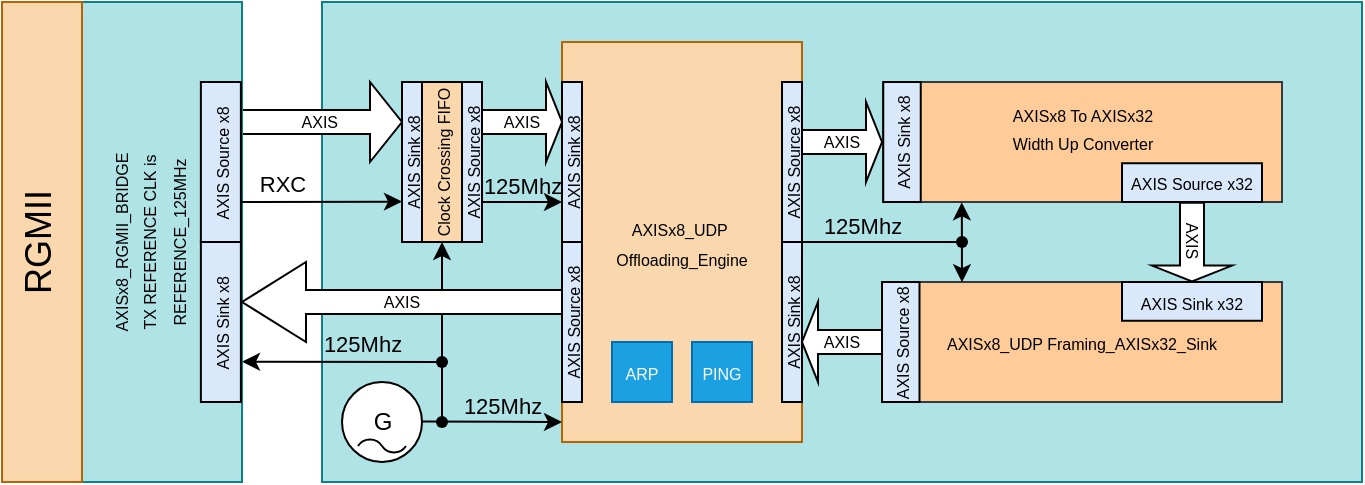
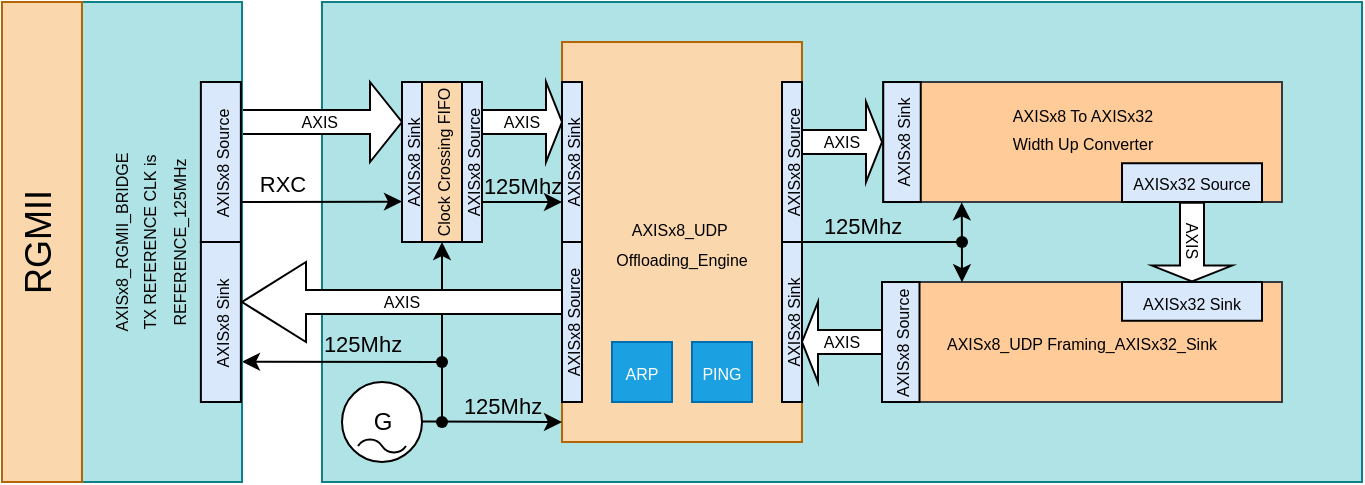
<mxfile host="Electron" agent="Mozilla/5.0 (Windows NT 10.0; Win64; x64) AppleWebKit/537.36 (KHTML, like Gecko) Chrome/147.0.0.0 Safari/537.36 OPR/131.0.0.0">
  <diagram name="Page-1" id="g0-s9DwC3oRhXUgsUFM5">
-     <mxGraphModel dx="822" dy="480" grid="1" gridSize="10" guides="1" tooltips="1" connect="1" arrows="1" fold="1" page="1" pageScale="1" pageWidth="827" pageHeight="1169" math="0" shadow="0">
+     <mxGraphModel dx="1417" dy="828" grid="1" gridSize="10" guides="1" tooltips="1" connect="1" arrows="1" fold="1" page="1" pageScale="1" pageWidth="827" pageHeight="1169" math="0" shadow="0">
      <root>
        <mxCell id="0" />
        <mxCell id="1" parent="0" />
        <mxCell id="wT9U8shtDK8veMdne7O4-1" parent="1" style="rounded=0;whiteSpace=wrap;html=1;fillColor=#b0e3e6;strokeColor=#0e8088;" value="" vertex="1">
          <mxGeometry height="240" width="520" x="240" y="880" as="geometry" />
        </mxCell>
        <mxCell id="l-Vy5mzzBIYiazb95XEs-39" parent="1" style="shape=singleArrow;whiteSpace=wrap;html=1;fontSize=8;" value="AXIS&amp;nbsp;" vertex="1">
          <mxGeometry height="40" width="80" x="200" y="920" as="geometry" />
        </mxCell>
        <mxCell id="l-Vy5mzzBIYiazb95XEs-41" edge="1" parent="1" style="endArrow=classic;html=1;rounded=0;labelPosition=center;verticalLabelPosition=middle;align=center;verticalAlign=middle;" value="">
          <mxGeometry height="50" relative="1" width="50" as="geometry">
            <mxPoint x="300" y="1060" as="sourcePoint" />
            <mxPoint x="200" y="1059.85" as="targetPoint" />
          </mxGeometry>
        </mxCell>
        <mxCell id="l-Vy5mzzBIYiazb95XEs-42" parent="1" style="rounded=0;whiteSpace=wrap;html=1;fillColor=#b0e3e6;strokeColor=#0e8088;rotation=-90;" value="&lt;span style=&quot;font-size: 8px;&quot;&gt;AXISx8_RGMII_BRIDGE&lt;/span&gt;&lt;div&gt;&lt;span style=&quot;font-size: 8px;&quot;&gt;TX REFERENCE CLK is&lt;/span&gt;&lt;/div&gt;&lt;div&gt;&lt;span style=&quot;background-color: transparent; font-size: 8px;&quot;&gt;REFERENCE_125MHz&lt;/span&gt;&lt;/div&gt;&lt;div&gt;&lt;span style=&quot;background-color: transparent; font-size: 8px;&quot;&gt;&lt;br&gt;&lt;/span&gt;&lt;/div&gt;" vertex="1">
          <mxGeometry height="80" width="240" x="40" y="960" as="geometry" />
        </mxCell>
        <mxCell id="l-Vy5mzzBIYiazb95XEs-43" parent="1" style="rounded=0;whiteSpace=wrap;html=1;fillColor=#fad7ac;strokeColor=#b46504;" value="&lt;span style=&quot;font-size: 8px;&quot;&gt;AXISx8_UDP&amp;nbsp;&lt;/span&gt;&lt;div&gt;&lt;span style=&quot;font-size: 8px;&quot;&gt;Offloading_Engine&lt;/span&gt;&lt;/div&gt;" vertex="1">
          <mxGeometry height="200" width="120" x="360" y="900" as="geometry" />
        </mxCell>
        <mxCell id="l-Vy5mzzBIYiazb95XEs-44" parent="1" style="rounded=0;whiteSpace=wrap;html=1;fillColor=#ffcc99;strokeColor=#36393d;" value="&lt;span style=&quot;font-size: 8px;&quot;&gt;AXISx8_UDP Framing_AXISx32_Sink&lt;/span&gt;" vertex="1">
          <mxGeometry height="60" width="200" x="520" y="1020" as="geometry" />
        </mxCell>
        <mxCell id="l-Vy5mzzBIYiazb95XEs-45" parent="1" style="shape=singleArrow;whiteSpace=wrap;html=1;fontSize=8;" value="AXIS" vertex="1">
          <mxGeometry height="40" width="40" x="480" y="930" as="geometry" />
        </mxCell>
        <mxCell id="l-Vy5mzzBIYiazb95XEs-46" parent="1" style="shape=singleArrow;direction=west;whiteSpace=wrap;html=1;fontSize=8;" value="AXIS" vertex="1">
          <mxGeometry height="40" width="40" x="480" y="1030" as="geometry" />
        </mxCell>
        <mxCell id="l-Vy5mzzBIYiazb95XEs-51" parent="1" style="rounded=0;whiteSpace=wrap;html=1;textDirection=vertical-rl;rotation=-180;fillColor=#fad7ac;strokeColor=#b46504;fontSize=18;" value="RGMII" vertex="1">
          <mxGeometry height="240" width="40" x="80" y="880" as="geometry" />
        </mxCell>
        <mxCell id="l-Vy5mzzBIYiazb95XEs-52" edge="1" parent="1" style="endArrow=classic;html=1;rounded=0;exitX=1;exitY=0.4;exitDx=0;exitDy=0;exitPerimeter=0;labelPosition=center;verticalLabelPosition=top;align=center;verticalAlign=bottom;" value="">
          <mxGeometry height="50" relative="1" width="50" as="geometry">
            <Array as="points" />
            <mxPoint x="200" y="979.97" as="sourcePoint" />
            <mxPoint x="280" y="979.8" as="targetPoint" />
          </mxGeometry>
        </mxCell>
        <mxCell id="l-Vy5mzzBIYiazb95XEs-53" connectable="0" parent="l-Vy5mzzBIYiazb95XEs-52" style="edgeLabel;html=1;align=center;verticalAlign=bottom;resizable=0;points=[];labelBackgroundColor=none;labelBorderColor=none;labelPosition=center;verticalLabelPosition=top;" value="RXC" vertex="1">
          <mxGeometry relative="1" x="-0.695" y="-1" as="geometry">
            <mxPoint x="8" y="-1" as="offset" />
          </mxGeometry>
        </mxCell>
        <mxCell id="l-Vy5mzzBIYiazb95XEs-54" parent="1" style="rounded=0;whiteSpace=wrap;html=1;fillColor=#fad7ac;strokeColor=#000000;rotation=-90;" value="&lt;span style=&quot;font-size: 8px;&quot;&gt;Clock Crossing &lt;/span&gt;&lt;span style=&quot;color: light-dark(rgb(0, 0, 0), rgb(255, 255, 255)); background-color: transparent; font-size: 8px;&quot;&gt;FIFO&lt;/span&gt;" vertex="1">
          <mxGeometry height="20" width="80" x="260" y="950" as="geometry" />
        </mxCell>
-         <mxCell id="l-Vy5mzzBIYiazb95XEs-55" parent="1" style="rounded=0;whiteSpace=wrap;html=1;fillColor=#dae8fc;strokeColor=#000000;rotation=-90;" value="&lt;span style=&quot;font-size: 8px;&quot;&gt;AXIS Sink&amp;nbsp;&lt;/span&gt;&lt;span style=&quot;font-size: 8px;&quot;&gt;x8&lt;/span&gt;" vertex="1">
+         <mxCell id="l-Vy5mzzBIYiazb95XEs-55" parent="1" style="rounded=0;whiteSpace=wrap;html=1;fillColor=#dae8fc;strokeColor=#000000;rotation=-90;" value="&lt;span style=&quot;font-size: 8px;&quot;&gt;AXISx8&lt;/span&gt;&lt;span style=&quot;font-size: 8px;&quot;&gt; Sink&lt;/span&gt;" vertex="1">
          <mxGeometry height="10" width="80" x="245" y="955" as="geometry" />
        </mxCell>
-         <mxCell id="l-Vy5mzzBIYiazb95XEs-56" parent="1" style="rounded=0;whiteSpace=wrap;html=1;fillColor=#dae8fc;strokeColor=#000000;rotation=-90;" value="&lt;span style=&quot;font-size: 8px;&quot;&gt;AXIS Source x8&lt;/span&gt;" vertex="1">
+         <mxCell id="l-Vy5mzzBIYiazb95XEs-56" parent="1" style="rounded=0;whiteSpace=wrap;html=1;fillColor=#dae8fc;strokeColor=#000000;rotation=-90;" value="&lt;span style=&quot;font-size: 8px;&quot;&gt;AXISx8 Source&lt;/span&gt;" vertex="1">
          <mxGeometry height="10" width="80" x="275" y="955" as="geometry" />
        </mxCell>
        <mxCell id="l-Vy5mzzBIYiazb95XEs-57" parent="1" style="shape=singleArrow;whiteSpace=wrap;html=1;fontSize=8;" value="AXIS" vertex="1">
          <mxGeometry height="40" width="40" x="320" y="920" as="geometry" />
        </mxCell>
        <mxCell id="l-Vy5mzzBIYiazb95XEs-58" edge="1" parent="1" style="endArrow=classic;html=1;rounded=0;exitX=1;exitY=0.4;exitDx=0;exitDy=0;exitPerimeter=0;labelPosition=center;verticalLabelPosition=top;align=center;verticalAlign=bottom;" value="">
          <mxGeometry height="50" relative="1" width="50" as="geometry">
            <Array as="points" />
            <mxPoint x="320" y="979.97" as="sourcePoint" />
            <mxPoint x="360" y="980" as="targetPoint" />
          </mxGeometry>
        </mxCell>
        <mxCell id="l-Vy5mzzBIYiazb95XEs-59" connectable="0" parent="1" style="edgeLabel;html=1;align=center;verticalAlign=bottom;resizable=0;points=[];labelBackgroundColor=none;labelBorderColor=none;labelPosition=center;verticalLabelPosition=top;fillColor=none;" value="&lt;span&gt;125Mhz&lt;/span&gt;" vertex="1">
          <mxGeometry x="340" y="980" as="geometry" />
        </mxCell>
        <mxCell id="l-Vy5mzzBIYiazb95XEs-60" connectable="0" parent="1" style="edgeLabel;html=1;align=center;verticalAlign=bottom;resizable=0;points=[];labelBackgroundColor=none;labelBorderColor=none;labelPosition=center;verticalLabelPosition=top;fillColor=none;" value="&lt;span&gt;125Mhz&lt;/span&gt;" vertex="1">
          <mxGeometry x="260" y="1059.85" as="geometry" />
        </mxCell>
        <mxCell id="l-Vy5mzzBIYiazb95XEs-61" parent="1" style="dashed=0;outlineConnect=0;align=center;html=1;shape=mxgraph.pid.engines.generator_(ac);fontSize=12;" value="G" vertex="1">
          <mxGeometry height="40" width="40" x="250" y="1070" as="geometry" />
        </mxCell>
-         <mxCell id="l-Vy5mzzBIYiazb95XEs-62" parent="1" style="rounded=0;whiteSpace=wrap;html=1;fillColor=#dae8fc;strokeColor=#000000;rotation=-90;" value="&lt;span style=&quot;font-size: 8px;&quot;&gt;AXIS Sink&amp;nbsp;&lt;/span&gt;&lt;span style=&quot;font-size: 8px;&quot;&gt;x8&lt;/span&gt;" vertex="1">
+         <mxCell id="l-Vy5mzzBIYiazb95XEs-62" parent="1" style="rounded=0;whiteSpace=wrap;html=1;fillColor=#dae8fc;strokeColor=#000000;rotation=-90;" value="&lt;span style=&quot;font-size: 8px;&quot;&gt;AXISx8&lt;/span&gt;&lt;span style=&quot;font-size: 8px;&quot;&gt;&amp;nbsp;Sink&lt;/span&gt;" vertex="1">
          <mxGeometry height="20" width="80" x="149.44" y="1030" as="geometry" />
        </mxCell>
-         <mxCell id="l-Vy5mzzBIYiazb95XEs-63" parent="1" style="rounded=0;whiteSpace=wrap;html=1;fillColor=#dae8fc;strokeColor=#000000;rotation=-90;" value="&lt;span style=&quot;font-size: 8px;&quot;&gt;AXIS Source x8&lt;/span&gt;" vertex="1">
+         <mxCell id="l-Vy5mzzBIYiazb95XEs-63" parent="1" style="rounded=0;whiteSpace=wrap;html=1;fillColor=#dae8fc;strokeColor=#000000;rotation=-90;" value="&lt;span style=&quot;font-size: 8px;&quot;&gt;AXISx8 Source&lt;/span&gt;" vertex="1">
          <mxGeometry height="20" width="80" x="149.44" y="950" as="geometry" />
        </mxCell>
-         <mxCell id="l-Vy5mzzBIYiazb95XEs-64" parent="1" style="rounded=0;whiteSpace=wrap;html=1;fillColor=#dae8fc;strokeColor=#000000;rotation=-90;" value="&lt;span style=&quot;font-size: 8px;&quot;&gt;AXIS Sink&amp;nbsp;&lt;/span&gt;&lt;span style=&quot;font-size: 8px;&quot;&gt;x8&lt;/span&gt;" vertex="1">
+         <mxCell id="l-Vy5mzzBIYiazb95XEs-64" parent="1" style="rounded=0;whiteSpace=wrap;html=1;fillColor=#dae8fc;strokeColor=#000000;rotation=-90;" value="&lt;span style=&quot;font-size: 8px;&quot;&gt;AXISx8&lt;/span&gt;&lt;span style=&quot;font-size: 8px;&quot;&gt; Sink&lt;/span&gt;" vertex="1">
          <mxGeometry height="10" width="80" x="325" y="955" as="geometry" />
        </mxCell>
-         <mxCell id="l-Vy5mzzBIYiazb95XEs-65" parent="1" style="rounded=0;whiteSpace=wrap;html=1;fillColor=#dae8fc;strokeColor=#000000;rotation=-90;" value="&lt;span style=&quot;font-size: 8px;&quot;&gt;AXIS Source&amp;nbsp;&lt;/span&gt;&lt;span style=&quot;font-size: 8px;&quot;&gt;x8&lt;/span&gt;" vertex="1">
+         <mxCell id="l-Vy5mzzBIYiazb95XEs-65" parent="1" style="rounded=0;whiteSpace=wrap;html=1;fillColor=#dae8fc;strokeColor=#000000;rotation=-90;" value="&lt;span style=&quot;font-size: 8px;&quot;&gt;AXISx8 Source&lt;/span&gt;" vertex="1">
          <mxGeometry height="10" width="80" x="325" y="1035" as="geometry" />
        </mxCell>
-         <mxCell id="l-Vy5mzzBIYiazb95XEs-66" parent="1" style="rounded=0;whiteSpace=wrap;html=1;fillColor=#dae8fc;strokeColor=#000000;rotation=-90;" value="&lt;span style=&quot;font-size: 8px;&quot;&gt;AXIS Source&amp;nbsp;&lt;/span&gt;&lt;span style=&quot;font-size: 8px;&quot;&gt;x8&lt;/span&gt;" vertex="1">
+         <mxCell id="l-Vy5mzzBIYiazb95XEs-66" parent="1" style="rounded=0;whiteSpace=wrap;html=1;fillColor=#dae8fc;strokeColor=#000000;rotation=-90;" value="&lt;span style=&quot;font-size: 8px;&quot;&gt;AXISx8 Source&lt;/span&gt;" vertex="1">
          <mxGeometry height="10" width="80" x="435" y="955" as="geometry" />
        </mxCell>
-         <mxCell id="l-Vy5mzzBIYiazb95XEs-67" parent="1" style="rounded=0;whiteSpace=wrap;html=1;fillColor=#dae8fc;strokeColor=#000000;rotation=-90;" value="&lt;span style=&quot;font-size: 8px;&quot;&gt;AXIS Sink&amp;nbsp;&lt;/span&gt;&lt;span style=&quot;font-size: 8px;&quot;&gt;x8&lt;/span&gt;" vertex="1">
+         <mxCell id="l-Vy5mzzBIYiazb95XEs-67" parent="1" style="rounded=0;whiteSpace=wrap;html=1;fillColor=#dae8fc;strokeColor=#000000;rotation=-90;" value="&lt;span style=&quot;font-size: 8px;&quot;&gt;AXISx8&lt;/span&gt;&lt;span style=&quot;font-size: 8px;&quot;&gt; Sink&lt;/span&gt;" vertex="1">
          <mxGeometry height="10" width="80" x="435" y="1035" as="geometry" />
        </mxCell>
        <mxCell id="l-Vy5mzzBIYiazb95XEs-68" connectable="0" parent="1" style="edgeLabel;html=1;align=center;verticalAlign=bottom;resizable=0;points=[];labelBackgroundColor=none;labelBorderColor=none;labelPosition=center;verticalLabelPosition=top;fillColor=none;" value="&lt;span&gt;125Mhz&lt;/span&gt;" vertex="1">
          <mxGeometry x="510" y="1000" as="geometry" />
        </mxCell>
        <mxCell id="l-Vy5mzzBIYiazb95XEs-69" edge="1" parent="1" style="endArrow=classic;html=1;rounded=0;exitX=1;exitY=0.4;exitDx=0;exitDy=0;exitPerimeter=0;" value="">
          <mxGeometry height="50" relative="1" width="50" as="geometry">
            <Array as="points" />
            <mxPoint x="290" y="1089.8" as="sourcePoint" />
            <mxPoint x="360" y="1090" as="targetPoint" />
          </mxGeometry>
        </mxCell>
        <mxCell id="l-Vy5mzzBIYiazb95XEs-70" connectable="0" parent="1" style="edgeLabel;html=1;align=center;verticalAlign=bottom;resizable=0;points=[];labelBackgroundColor=none;labelBorderColor=none;labelPosition=center;verticalLabelPosition=top;fillColor=none;" value="&lt;span&gt;125Mhz&lt;/span&gt;" vertex="1">
          <mxGeometry x="330" y="1090" as="geometry" />
        </mxCell>
        <mxCell id="l-Vy5mzzBIYiazb95XEs-71" edge="1" parent="1" source="l-Vy5mzzBIYiazb95XEs-76" style="endArrow=none;html=1;rounded=0;" value="">
          <mxGeometry height="50" relative="1" width="50" as="geometry">
            <mxPoint x="300" y="1090" as="sourcePoint" />
            <mxPoint x="300" y="1060" as="targetPoint" />
          </mxGeometry>
        </mxCell>
        <mxCell id="l-Vy5mzzBIYiazb95XEs-72" edge="1" parent="1" style="endArrow=none;html=1;rounded=0;" target="l-Vy5mzzBIYiazb95XEs-73" value="">
          <mxGeometry height="50" relative="1" width="50" as="geometry">
            <mxPoint x="300" y="1090" as="sourcePoint" />
            <mxPoint x="300" y="1060" as="targetPoint" />
          </mxGeometry>
        </mxCell>
        <mxCell id="l-Vy5mzzBIYiazb95XEs-73" parent="1" style="shape=waypoint;sketch=0;fillStyle=solid;size=6;pointerEvents=1;points=[];fillColor=none;resizable=0;rotatable=0;perimeter=centerPerimeter;snapToPoint=1;" value="" vertex="1">
          <mxGeometry height="20" width="20" x="290" y="1080" as="geometry" />
        </mxCell>
        <mxCell id="l-Vy5mzzBIYiazb95XEs-74" edge="1" parent="1" style="endArrow=classic;html=1;rounded=0;entryX=0;entryY=0.5;entryDx=0;entryDy=0;" target="l-Vy5mzzBIYiazb95XEs-54" value="">
          <mxGeometry height="50" relative="1" width="50" as="geometry">
            <Array as="points" />
            <mxPoint x="300" y="1060" as="sourcePoint" />
            <mxPoint x="380" y="1060.05" as="targetPoint" />
          </mxGeometry>
        </mxCell>
        <mxCell id="l-Vy5mzzBIYiazb95XEs-75" edge="1" parent="1" source="l-Vy5mzzBIYiazb95XEs-73" style="endArrow=none;html=1;rounded=0;" target="l-Vy5mzzBIYiazb95XEs-76" value="">
          <mxGeometry height="50" relative="1" width="50" as="geometry">
            <mxPoint x="300" y="1090" as="sourcePoint" />
            <mxPoint x="300" y="1060" as="targetPoint" />
          </mxGeometry>
        </mxCell>
        <mxCell id="l-Vy5mzzBIYiazb95XEs-76" parent="1" style="shape=waypoint;sketch=0;fillStyle=solid;size=6;pointerEvents=1;points=[];fillColor=none;resizable=0;rotatable=0;perimeter=centerPerimeter;snapToPoint=1;" value="" vertex="1">
          <mxGeometry height="20" width="20" x="290" y="1050" as="geometry" />
        </mxCell>
        <mxCell id="l-Vy5mzzBIYiazb95XEs-77" parent="1" style="shape=singleArrow;direction=west;whiteSpace=wrap;html=1;fontSize=8;" value="AXIS" vertex="1">
          <mxGeometry height="40" width="160" x="200" y="1010" as="geometry" />
        </mxCell>
-         <mxCell id="l-Vy5mzzBIYiazb95XEs-78" parent="1" style="rounded=0;whiteSpace=wrap;html=1;fillColor=#dae8fc;strokeColor=#000000;rotation=-90;fontSize=12;" value="&lt;font style=&quot;font-size: 8px;&quot;&gt;AXIS Source x8&lt;/font&gt;" vertex="1">
+         <mxCell id="l-Vy5mzzBIYiazb95XEs-78" parent="1" style="rounded=0;whiteSpace=wrap;html=1;fillColor=#dae8fc;strokeColor=#000000;rotation=-90;fontSize=12;" value="&lt;span style=&quot;font-size: 8px;&quot;&gt;AXISx8 Source&lt;/span&gt;" vertex="1">
          <mxGeometry height="18.75" width="60" x="499.38" y="1040.63" as="geometry" />
        </mxCell>
        <mxCell id="wT9U8shtDK8veMdne7O4-3" parent="1" style="rounded=0;whiteSpace=wrap;html=1;fillColor=#ffcc99;strokeColor=#36393d;" value="&lt;span style=&quot;font-size: 8px;&quot;&gt;AXISx8 To AXISx32&lt;/span&gt;&lt;div&gt;&lt;span style=&quot;font-size: 8px;&quot;&gt;&amp;nbsp;Width Up Converter&amp;nbsp;&lt;/span&gt;&lt;/div&gt;&lt;div&gt;&lt;span style=&quot;font-size: 8px;&quot;&gt;&lt;br&gt;&lt;/span&gt;&lt;/div&gt;" vertex="1">
          <mxGeometry height="60" width="199.38" x="520.62" y="920" as="geometry" />
        </mxCell>
-         <mxCell id="wT9U8shtDK8veMdne7O4-4" parent="1" style="rounded=0;whiteSpace=wrap;html=1;fillColor=#dae8fc;strokeColor=#000000;rotation=-90;" value="&lt;span style=&quot;font-size: 8px;&quot;&gt;AXIS Sink&amp;nbsp;&lt;/span&gt;&lt;span style=&quot;font-size: 8px;&quot;&gt;x8&lt;/span&gt;" vertex="1">
+         <mxCell id="wT9U8shtDK8veMdne7O4-4" parent="1" style="rounded=0;whiteSpace=wrap;html=1;fillColor=#dae8fc;strokeColor=#000000;rotation=-90;" value="&lt;span style=&quot;font-size: 8px;&quot;&gt;AXISx8&lt;/span&gt;&lt;span style=&quot;font-size: 8px;&quot;&gt; Sink&lt;/span&gt;" vertex="1">
          <mxGeometry height="18.75" width="60" x="500" y="940.6300000000001" as="geometry" />
        </mxCell>
-         <mxCell id="wT9U8shtDK8veMdne7O4-5" parent="1" style="rounded=0;whiteSpace=wrap;html=1;fillColor=#dae8fc;strokeColor=#000000;rotation=0;" value="&lt;span style=&quot;font-size: 8px;&quot;&gt;AXIS Source&amp;nbsp;&lt;/span&gt;&lt;span style=&quot;font-size: 8px;&quot;&gt;x32&lt;/span&gt;" vertex="1">
+         <mxCell id="wT9U8shtDK8veMdne7O4-5" parent="1" style="rounded=0;whiteSpace=wrap;html=1;fillColor=#dae8fc;strokeColor=#000000;rotation=0;" value="&lt;span style=&quot;font-size: 8px;&quot;&gt;AXISx32 Source&lt;/span&gt;" vertex="1">
          <mxGeometry height="19.38" width="70" x="640" y="960.62" as="geometry" />
        </mxCell>
-         <mxCell id="wT9U8shtDK8veMdne7O4-9" parent="1" style="rounded=0;whiteSpace=wrap;html=1;fillColor=#dae8fc;strokeColor=#000000;rotation=0;" value="&lt;span style=&quot;font-size: 8px;&quot;&gt;AXIS Sink&amp;nbsp;&lt;/span&gt;&lt;span style=&quot;font-size: 8px;&quot;&gt;x32&lt;/span&gt;" vertex="1">
+         <mxCell id="wT9U8shtDK8veMdne7O4-9" parent="1" style="rounded=0;whiteSpace=wrap;html=1;fillColor=#dae8fc;strokeColor=#000000;rotation=0;" value="&lt;span style=&quot;font-size: 8px;&quot;&gt;AXISx32 Sink&lt;/span&gt;" vertex="1">
          <mxGeometry height="19.38" width="70" x="640" y="1020" as="geometry" />
        </mxCell>
        <mxCell id="wT9U8shtDK8veMdne7O4-14" edge="1" parent="1" style="endArrow=none;html=1;rounded=0;" value="">
          <mxGeometry height="50" relative="1" width="50" as="geometry">
            <mxPoint x="480" y="1000" as="sourcePoint" />
            <mxPoint x="560" y="1000" as="targetPoint" />
          </mxGeometry>
        </mxCell>
        <mxCell id="wT9U8shtDK8veMdne7O4-15" parent="1" style="shape=singleArrow;whiteSpace=wrap;html=1;rotation=90;fontSize=8;" value="AXIS" vertex="1">
          <mxGeometry height="40" width="39.37" x="655.3100000000001" y="980" as="geometry" />
        </mxCell>
        <mxCell id="wT9U8shtDK8veMdne7O4-16" edge="1" parent="1" source="wT9U8shtDK8veMdne7O4-3" style="endArrow=classic;html=1;rounded=0;exitX=0.197;exitY=1.003;exitDx=0;exitDy=0;exitPerimeter=0;entryX=0.2;entryY=0.002;entryDx=0;entryDy=0;entryPerimeter=0;endFill=1;startArrow=classic;startFill=1;" target="l-Vy5mzzBIYiazb95XEs-44" value="">
          <mxGeometry height="50" relative="1" width="50" as="geometry">
            <mxPoint x="560" y="989.68" as="sourcePoint" />
            <mxPoint x="560" y="1009.68" as="targetPoint" />
          </mxGeometry>
        </mxCell>
        <mxCell id="wT9U8shtDK8veMdne7O4-20" parent="1" style="shape=waypoint;sketch=0;fillStyle=solid;size=6;pointerEvents=1;points=[];fillColor=none;resizable=0;rotatable=0;perimeter=centerPerimeter;snapToPoint=1;" value="" vertex="1">
          <mxGeometry height="20" width="20" x="550" y="990" as="geometry" />
        </mxCell>
        <mxCell id="v1DrpxyldP5X3QPbAQ5r-1" parent="1" style="rounded=0;whiteSpace=wrap;html=1;fillColor=#1ba1e2;strokeColor=#006EAF;rotation=0;fontColor=#ffffff;" value="&lt;span style=&quot;font-size: 8px;&quot;&gt;PING&lt;/span&gt;" vertex="1">
          <mxGeometry height="30" width="30" x="425" y="1050" as="geometry" />
        </mxCell>
        <mxCell id="v1DrpxyldP5X3QPbAQ5r-2" parent="1" style="rounded=0;whiteSpace=wrap;html=1;fillColor=#1ba1e2;strokeColor=#006EAF;rotation=0;fontColor=#ffffff;" value="&lt;span style=&quot;font-size: 8px;&quot;&gt;ARP&lt;/span&gt;" vertex="1">
          <mxGeometry height="30" width="30" x="385" y="1050" as="geometry" />
        </mxCell>
      </root>
    </mxGraphModel>
  </diagram>
</mxfile>
